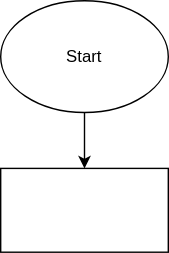
Before: world_map.drawio.svg, a diagram exported from draw.io (OndraFoltyn/digital-electronics-1). Source tidied: cells renumbered, new cells last; positions are measured from the earlier drawing's top-left corner, leaving out a move shared by most shapes.
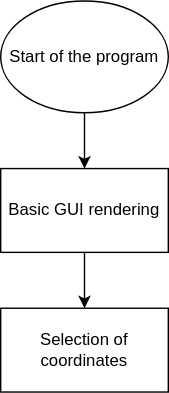
Above is the later version.

The edit, as a diff of the source:
```diff
@@ -5,11 +5,17 @@
     <mxCell id="2" style="edgeStyle=orthogonalEdgeStyle;rounded=0;jettySize=auto;html=1;" parent="1" edge="1" source="3" target="4">
       <mxGeometry relative="1" as="geometry" />
     </mxCell>
-    <mxCell id="3" value="Start" style="ellipse;whiteSpace=wrap;html=1;" parent="1" vertex="1">
+    <mxCell id="3" value="Start of the program" style="ellipse;whiteSpace=wrap;html=1;" parent="1" vertex="1">
       <mxGeometry width="120" height="80" as="geometry" />
     </mxCell>
+    <mxCell id="5" style="edgeStyle=orthogonalEdgeStyle;rounded=0;jettySize=auto;html=1;" parent="1" edge="1" source="4" target="6">
+      <mxGeometry relative="1" as="geometry" />
+    </mxCell>
-    <mxCell id="4" style="whiteSpace=wrap;html=1;" parent="1" vertex="1">
+    <mxCell id="4" value="Basic GUI rendering" style="whiteSpace=wrap;html=1;" parent="1" vertex="1">
       <mxGeometry y="120" width="120" height="60" as="geometry" />
     </mxCell>
+    <mxCell id="6" value="Selection of coordinates" style="whiteSpace=wrap;html=1;" parent="1" vertex="1">
+      <mxGeometry y="220" width="120" height="60" as="geometry" />
+    </mxCell>
   </root>
 </mxGraphModel>
```
